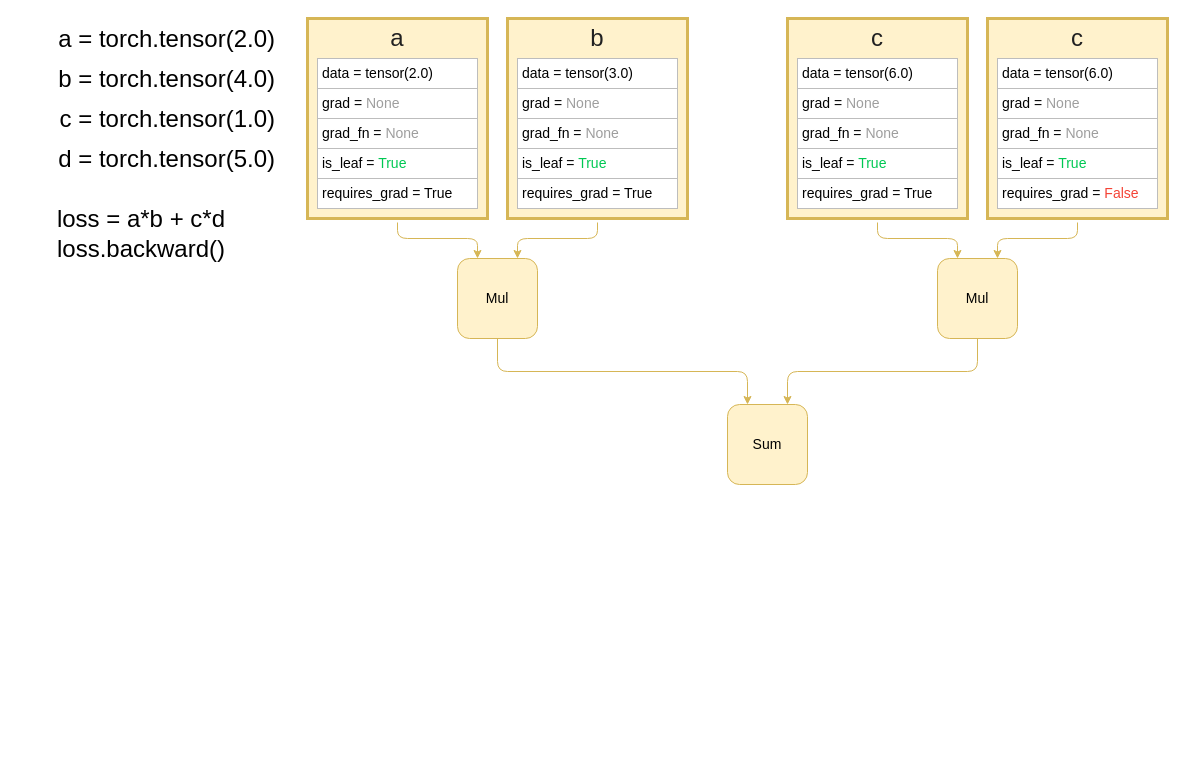
Rattokun/ModelRep keeps this draw.io diagram as pytorch.drawio. Above is the earlier version. Source tidied: cells renumbered, new cells numbered last; positions are measured from the earlier drawing's top-left corner, leaving out a move shared by most shapes. Both pictures are drawn from the tidied source at 100%, with x=0, y=0 at pixel (17, 18).
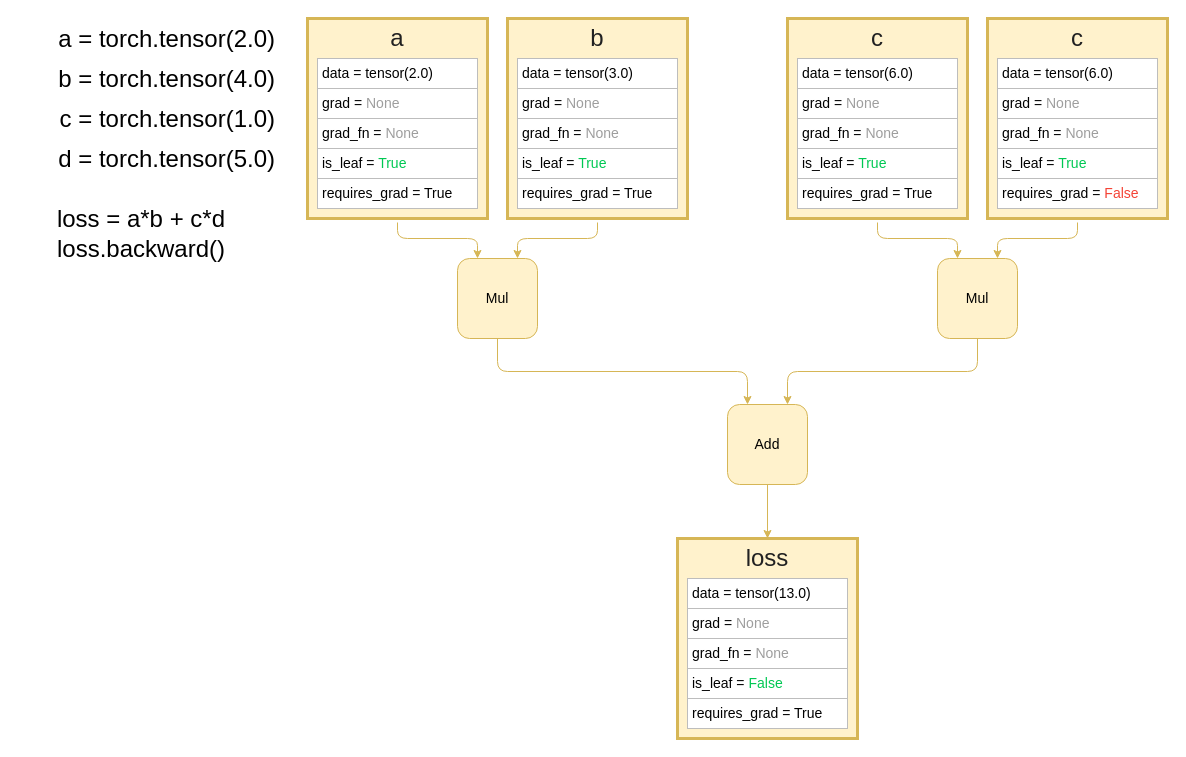
The same page after the edit.

Unchanged cells that the change refers to:
```xml
<mxCell id="47" style="rounded=1;whiteSpace=wrap;html=1;strokeColor=#d6b656;strokeWidth=1;fillColor=#fff2cc;fontSize=14;align=right;" parent="1" vertex="1">
  <mxGeometry x="710" y="386" width="80" height="80" as="geometry" />
</mxCell>
```

What changed in the source:
```diff
@@
-    <mxCell id="48" value="Sum" style="text;html=1;strokeColor=none;fillColor=none;align=center;verticalAlign=middle;whiteSpace=wrap;rounded=0;fontSize=14;" parent="1" vertex="1">
+    <mxCell id="48" value="Add" style="text;html=1;strokeColor=none;fillColor=none;align=center;verticalAlign=middle;whiteSpace=wrap;rounded=0;fontSize=14;" parent="1" vertex="1">
       <mxGeometry x="710" y="406" width="80" height="40" as="geometry" />
     </mxCell>
@@
+    <mxCell id="50" style="rounded=0;whiteSpace=wrap;html=1;fillColor=#fff2cc;strokeColor=#d6b656;glass=0;comic=0;shadow=0;strokeWidth=3;perimeterSpacing=4;" parent="1" vertex="1">
+      <mxGeometry x="660" y="520" width="180" height="200" as="geometry" />
+    </mxCell>
+    <mxCell id="51" value="&lt;div style=&quot;text-align: justify ; font-size: 14px&quot;&gt;data = tensor(13.0)&lt;/div&gt;" style="rounded=0;whiteSpace=wrap;html=1;align=left;fontSize=14;fillColor=#ffffff;strokeColor=#BDBDBD;fontColor=#000000;perimeterSpacing=0;labelBorderColor=none;spacing=5;spacingLeft=0;" parent="1" vertex="1">
+      <mxGeometry x="670" y="560" width="160" height="30" as="geometry" />
+    </mxCell>
+    <mxCell id="52" value="&lt;div style=&quot;text-align: justify ; font-size: 14px&quot;&gt;grad = &lt;font color=&quot;#9e9e9e&quot;&gt;None&lt;/font&gt;&lt;br&gt;&lt;/div&gt;" style="rounded=0;whiteSpace=wrap;html=1;align=left;fontSize=14;fillColor=#ffffff;strokeColor=#BDBDBD;perimeterSpacing=0;labelBorderColor=none;spacing=5;spacingLeft=0;" parent="1" vertex="1">
+      <mxGeometry x="670" y="590" width="160" height="30" as="geometry" />
+    </mxCell>
+    <mxCell id="53" value="&lt;div style=&quot;text-align: center ; font-size: 24px&quot;&gt;loss&lt;/div&gt;" style="rounded=1;whiteSpace=wrap;html=1;align=center;strokeColor=none;fontSize=24;fillColor=none;fontColor=#212121;" parent="1" vertex="1">
+      <mxGeometry x="690" y="520" width="120" height="40" as="geometry" />
+    </mxCell>
+    <mxCell id="54" value="&lt;div style=&quot;text-align: justify ; font-size: 14px&quot;&gt;grad_fn = &lt;font color=&quot;#9e9e9e&quot;&gt;None&lt;/font&gt;&lt;br&gt;&lt;/div&gt;" style="rounded=0;whiteSpace=wrap;html=1;align=left;fontSize=14;verticalAlign=middle;fillColor=#ffffff;strokeColor=#BDBDBD;perimeterSpacing=0;labelBorderColor=none;spacing=5;spacingLeft=0;" parent="1" vertex="1">
+      <mxGeometry x="670" y="620" width="160" height="30" as="geometry" />
+    </mxCell>
+    <mxCell id="55" value="&lt;div style=&quot;text-align: justify ; font-size: 14px&quot;&gt;is_leaf = &lt;font color=&quot;#00c853&quot;&gt;False&lt;/font&gt;&lt;br&gt;&lt;/div&gt;" style="rounded=0;whiteSpace=wrap;html=1;align=left;fontSize=14;verticalAlign=middle;fillColor=#ffffff;strokeColor=#BDBDBD;perimeterSpacing=0;labelBorderColor=none;spacing=5;spacingLeft=0;" parent="1" vertex="1">
+      <mxGeometry x="670" y="650" width="160" height="30" as="geometry" />
+    </mxCell>
+    <mxCell id="56" value="&lt;div style=&quot;text-align: justify ; font-size: 14px&quot;&gt;&lt;span style=&quot;font-size: 14px&quot;&gt;requires_grad = True&lt;/span&gt;&lt;/div&gt;" style="rounded=0;whiteSpace=wrap;html=1;align=left;fontSize=14;verticalAlign=middle;fillColor=#ffffff;strokeColor=#BDBDBD;perimeterSpacing=0;labelBorderColor=none;spacing=5;spacingLeft=0;" parent="1" vertex="1">
+      <mxGeometry x="670" y="680" width="160" height="30" as="geometry" />
+    </mxCell>
+    <mxCell id="57" style="edgeStyle=orthogonalEdgeStyle;comic=0;html=1;entryX=0.5;entryY=0;shadow=0;startArrow=none;startFill=0;jettySize=auto;strokeColor=#d6b656;strokeWidth=1;fontSize=14;fontColor=#000000;fillColor=#fff2cc;rounded=1;entryDx=0;entryDy=0;exitX=0.5;exitY=1;exitDx=0;exitDy=0;" parent="1" edge="1" source="47" target="53">
+      <mxGeometry relative="1" as="geometry" />
+    </mxCell>
```
